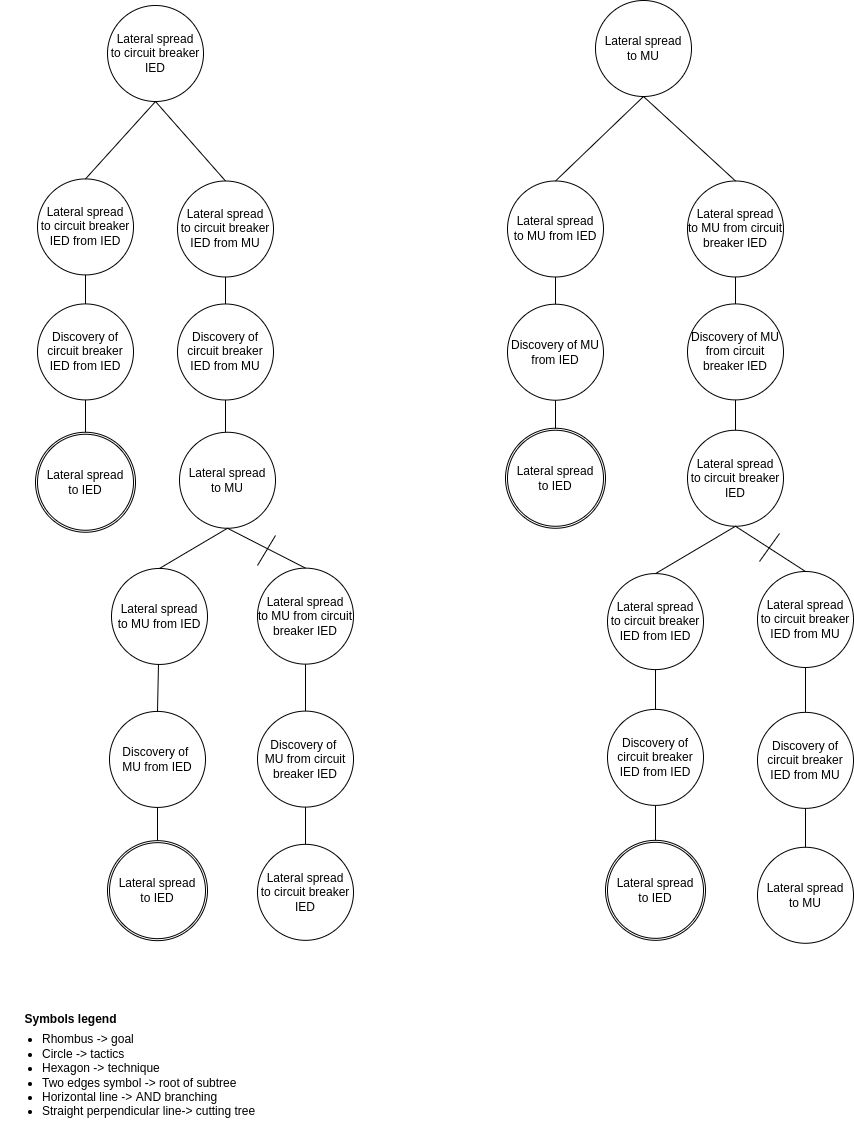
Before: drawIO_trees/solution_5_helper_trees_faulty_2.drawio.png, a diagram exported from draw.io (mihaelM/Attack_trees). Source tidied: cells renumbered, new cells last; positions are measured from the earlier drawing's top-left corner, leaving out a move shared by most shapes.
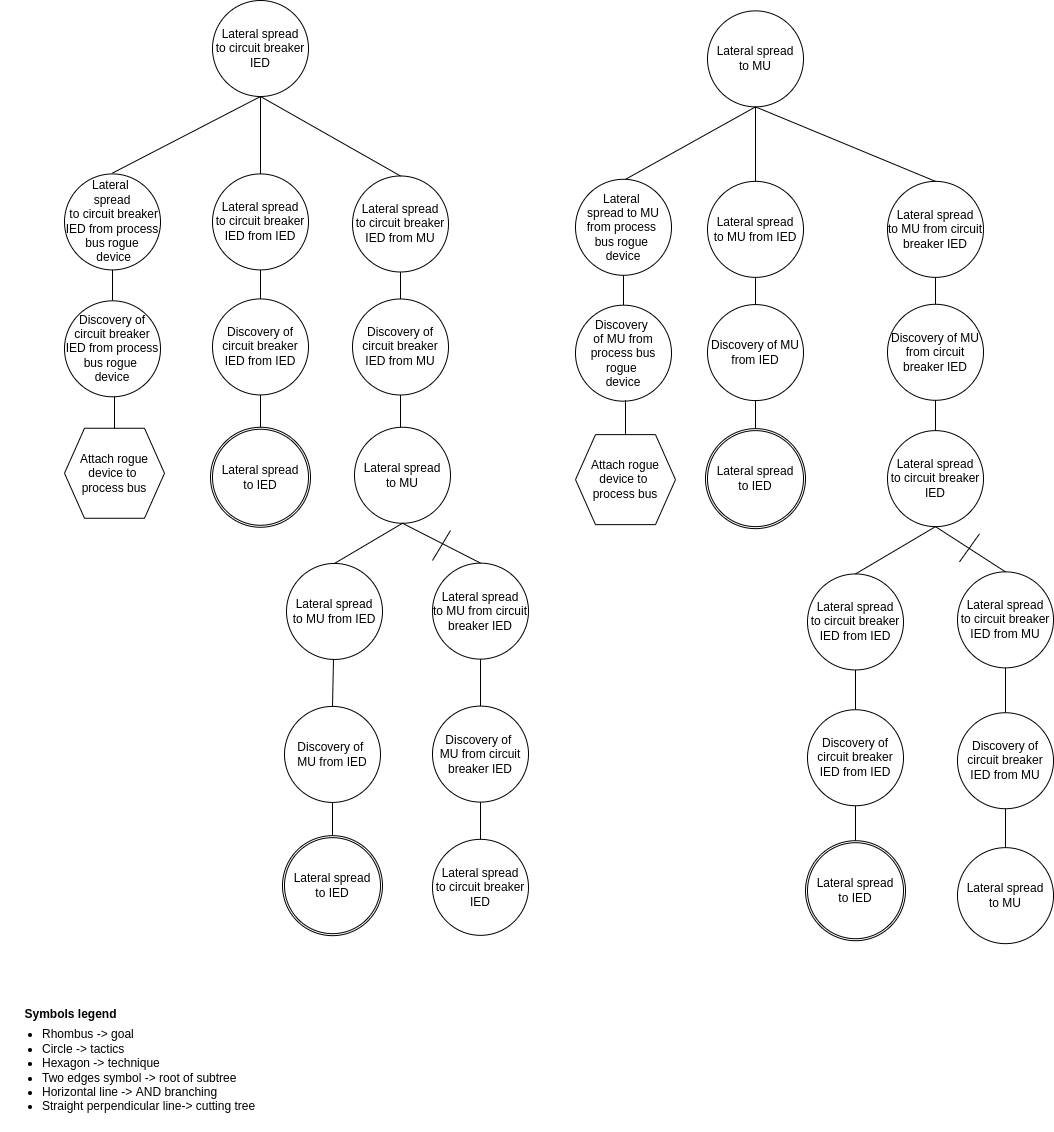
After the change.

Diff of the diagram source:
```diff
@@ -3,10 +3,10 @@
     <mxCell id="0" />
     <mxCell id="1" parent="0" />
     <mxCell id="2" value="&lt;font style=&quot;font-size: 12px&quot;&gt;Symbols legend&lt;/font&gt;" style="text;strokeColor=none;fillColor=none;html=1;fontSize=24;fontStyle=1;verticalAlign=middle;align=center;" parent="1" vertex="1">
-      <mxGeometry x="20" y="995" width="100" height="40" as="geometry" />
+      <mxGeometry x="-155" y="995" width="100" height="40" as="geometry" />
     </mxCell>
     <mxCell id="3" value="&lt;ul&gt;&lt;li&gt;&lt;span&gt;Rhombus -&amp;gt; goal&lt;/span&gt;&lt;/li&gt;&lt;li&gt;&lt;span&gt;Circle -&amp;gt; tactics&lt;/span&gt;&lt;br&gt;&lt;/li&gt;&lt;li&gt;Hexagon -&amp;gt; technique&lt;/li&gt;&lt;li&gt;Two edges symbol -&amp;gt; root of subtree&lt;/li&gt;&lt;li&gt;&lt;span&gt;Horizontal line -&amp;gt; AND branching&lt;/span&gt;&lt;br&gt;&lt;/li&gt;&lt;li&gt;Straight perpendicular line-&amp;gt; cutting tree&lt;/li&gt;&lt;/ul&gt;" style="text;strokeColor=none;fillColor=none;html=1;whiteSpace=wrap;verticalAlign=middle;overflow=hidden;fontSize=12;" parent="1" vertex="1">
-      <mxGeometry y="1015" width="260" height="120" as="geometry" />
+      <mxGeometry x="-175" y="1015" width="260" height="120" as="geometry" />
     </mxCell>
     <mxCell id="4" value="Lateral spread&lt;br&gt;to circuit breaker IED from IED" style="ellipse;whiteSpace=wrap;html=1;" parent="1" vertex="1">
       <mxGeometry x="37" y="178.4" width="96" height="96" as="geometry" />
@@ -23,7 +23,7 @@
       <mxGeometry relative="1" as="geometry" />
     </mxCell>
     <mxCell id="8" value="Lateral spread&lt;br&gt;to circuit breaker IED" style="ellipse;whiteSpace=wrap;html=1;" parent="1" vertex="1">
-      <mxGeometry x="107" y="5" width="96" height="96" as="geometry" />
+      <mxGeometry x="37" y="5" width="96" height="96" as="geometry" />
     </mxCell>
     <mxCell id="9" style="endArrow=none;html=1;rounded=0;exitX=0.5;exitY=1;exitDx=0;exitDy=0;entryX=0.5;entryY=0;entryDx=0;entryDy=0;" parent="1" edge="1" source="8" target="4">
       <mxGeometry relative="1" as="geometry" />
@@ -60,33 +60,33 @@
       </mxGeometry>
     </mxCell>
     <mxCell id="19" value="Lateral spread&lt;br&gt;to MU from IED" style="ellipse;whiteSpace=wrap;html=1;" parent="1" vertex="1">
-      <mxGeometry x="507" y="180.5" width="96" height="96" as="geometry" />
+      <mxGeometry x="532" y="185.9" width="96" height="96" as="geometry" />
     </mxCell>
     <mxCell id="20" style="endArrow=none;html=1;rounded=0;exitX=0.5;exitY=1;exitDx=0;exitDy=0;entryX=0.5;entryY=0;entryDx=0;entryDy=0;" parent="1" edge="1" target="54">
       <mxGeometry relative="1" as="geometry">
-        <mxPoint x="555" y="397.4" as="sourcePoint" />
+        <mxPoint x="580" y="402.7" as="sourcePoint" />
       </mxGeometry>
     </mxCell>
     <mxCell id="21" value="Discovery of MU from IED" style="ellipse;whiteSpace=wrap;html=1;" parent="1" vertex="1">
-      <mxGeometry x="507" y="303.7" width="96" height="96" as="geometry" />
+      <mxGeometry x="532" y="309.1" width="96" height="96" as="geometry" />
     </mxCell>
     <mxCell id="22" style="endArrow=none;html=1;rounded=0;exitX=0.5;exitY=1;exitDx=0;exitDy=0;entryX=0.5;entryY=0;entryDx=0;entryDy=0;" parent="1" edge="1" source="19" target="21">
       <mxGeometry relative="1" as="geometry" />
     </mxCell>
     <mxCell id="23" value="Lateral spread&lt;br&gt;to MU" style="ellipse;whiteSpace=wrap;html=1;" parent="1" vertex="1">
-      <mxGeometry x="595" width="96" height="96" as="geometry" />
+      <mxGeometry x="532" y="15.4" width="96" height="96" as="geometry" />
     </mxCell>
     <mxCell id="24" style="endArrow=none;html=1;rounded=0;exitX=0.5;exitY=0;exitDx=0;exitDy=0;entryX=0.5;entryY=1;entryDx=0;entryDy=0;" parent="1" edge="1" source="19" target="23">
       <mxGeometry relative="1" as="geometry" />
     </mxCell>
     <mxCell id="25" value="Lateral spread&lt;br&gt;to MU from circuit breaker IED" style="ellipse;whiteSpace=wrap;html=1;" parent="1" vertex="1">
-      <mxGeometry x="687" y="180.5" width="96" height="96" as="geometry" />
+      <mxGeometry x="712" y="185.9" width="96" height="96" as="geometry" />
     </mxCell>
     <mxCell id="26" style="endArrow=none;html=1;rounded=0;exitX=0.5;exitY=1;exitDx=0;exitDy=0;entryX=0.5;entryY=0;entryDx=0;entryDy=0;" parent="1" edge="1" source="31" target="52">
       <mxGeometry relative="1" as="geometry" />
     </mxCell>
     <mxCell id="27" value="Discovery of MU from circuit breaker IED" style="ellipse;whiteSpace=wrap;html=1;" parent="1" vertex="1">
-      <mxGeometry x="687" y="303.4" width="96" height="96" as="geometry" />
+      <mxGeometry x="712" y="308.8" width="96" height="96" as="geometry" />
     </mxCell>
     <mxCell id="28" style="endArrow=none;html=1;rounded=0;exitX=0.5;exitY=1;exitDx=0;exitDy=0;entryX=0.5;entryY=0;entryDx=0;entryDy=0;" parent="1" edge="1" source="25" target="27">
       <mxGeometry relative="1" as="geometry" />
@@ -95,14 +95,14 @@
       <mxGeometry relative="1" as="geometry" />
     </mxCell>
     <mxCell id="30" value="Lateral spread&lt;br&gt;to circuit breaker IED from IED" style="ellipse;whiteSpace=wrap;html=1;" parent="1" vertex="1">
-      <mxGeometry x="607" y="573.1" width="96" height="96" as="geometry" />
+      <mxGeometry x="632" y="578.5" width="96" height="96" as="geometry" />
     </mxCell>
     <mxCell id="31" value="Discovery of circuit breaker IED&amp;nbsp;from IED" style="ellipse;whiteSpace=wrap;html=1;" parent="1" vertex="1">
-      <mxGeometry x="607" y="708.9" width="96" height="96" as="geometry" />
+      <mxGeometry x="632" y="714.3" width="96" height="96" as="geometry" />
     </mxCell>
     <mxCell id="32" style="endArrow=none;html=1;rounded=0;exitX=0.5;exitY=1;exitDx=0;exitDy=0;" parent="1" edge="1" source="27">
       <mxGeometry relative="1" as="geometry">
-        <mxPoint x="735" y="435" as="targetPoint" />
+        <mxPoint x="760" y="440.4" as="targetPoint" />
       </mxGeometry>
     </mxCell>
     <mxCell id="33" style="endArrow=none;html=1;rounded=0;exitX=0.5;exitY=1;exitDx=0;exitDy=0;entryX=0.5;entryY=0;entryDx=0;entryDy=0;" parent="1" edge="1" source="23" target="25">
@@ -141,42 +141,42 @@
       </mxGeometry>
     </mxCell>
     <mxCell id="43" value="Lateral spread&lt;br&gt;to circuit breaker IED" style="ellipse;whiteSpace=wrap;html=1;" parent="1" vertex="1">
-      <mxGeometry x="687" y="429.8" width="96" height="96" as="geometry" />
+      <mxGeometry x="712" y="435.1" width="96" height="96" as="geometry" />
     </mxCell>
     <mxCell id="44" style="endArrow=none;html=1;rounded=0;exitX=0.5;exitY=1;exitDx=0;exitDy=0;entryX=0.5;entryY=0;entryDx=0;entryDy=0;" parent="1" edge="1" source="43" target="30">
       <mxGeometry relative="1" as="geometry" />
     </mxCell>
     <mxCell id="45" value="Lateral spread&lt;br&gt;to MU" style="ellipse;whiteSpace=wrap;html=1;" parent="1" vertex="1">
-      <mxGeometry x="757" y="846.8" width="96" height="96" as="geometry" />
+      <mxGeometry x="782" y="852.2" width="96" height="96" as="geometry" />
     </mxCell>
     <mxCell id="46" style="endArrow=none;html=1;rounded=0;exitX=0.5;exitY=1;exitDx=0;exitDy=0;" parent="1" edge="1" target="45">
       <mxGeometry relative="1" as="geometry">
-        <mxPoint x="805" y="797.8" as="sourcePoint" />
+        <mxPoint x="830" y="803.2" as="sourcePoint" />
       </mxGeometry>
     </mxCell>
     <mxCell id="47" style="endArrow=none;html=1;rounded=0;exitX=0.5;exitY=0;exitDx=0;exitDy=0;" parent="1" edge="1" source="49" target="48">
       <mxGeometry relative="1" as="geometry" />
     </mxCell>
     <mxCell id="48" value="Lateral spread&lt;br&gt;to circuit breaker IED from MU" style="ellipse;whiteSpace=wrap;html=1;" parent="1" vertex="1">
-      <mxGeometry x="757" y="571" width="96" height="96" as="geometry" />
+      <mxGeometry x="782" y="576.4" width="96" height="96" as="geometry" />
     </mxCell>
     <mxCell id="49" value="Discovery of circuit breaker IED&amp;nbsp;from MU" style="ellipse;whiteSpace=wrap;html=1;" parent="1" vertex="1">
-      <mxGeometry x="757" y="711.9" width="96" height="96" as="geometry" />
+      <mxGeometry x="782" y="717.2" width="96" height="96" as="geometry" />
     </mxCell>
     <mxCell id="50" style="endArrow=none;html=1;rounded=0;exitX=0.5;exitY=1;exitDx=0;exitDy=0;entryX=0.5;entryY=0;entryDx=0;entryDy=0;" parent="1" edge="1" source="43" target="48">
       <mxGeometry relative="1" as="geometry" />
     </mxCell>
     <mxCell id="51" style="ellipse;whiteSpace=wrap;html=1;" parent="1" vertex="1">
-      <mxGeometry x="605" y="839.8" width="100" height="100" as="geometry" />
+      <mxGeometry x="630" y="845.2" width="100" height="100" as="geometry" />
     </mxCell>
     <mxCell id="52" value="Lateral spread&lt;br&gt;to IED" style="ellipse;whiteSpace=wrap;html=1;" parent="1" vertex="1">
-      <mxGeometry x="607" y="841.8" width="96" height="96" as="geometry" />
+      <mxGeometry x="632" y="847.2" width="96" height="96" as="geometry" />
     </mxCell>
     <mxCell id="53" style="ellipse;whiteSpace=wrap;html=1;" parent="1" vertex="1">
-      <mxGeometry x="505" y="427.8" width="100" height="100" as="geometry" />
+      <mxGeometry x="530" y="433.1" width="100" height="100" as="geometry" />
     </mxCell>
     <mxCell id="54" value="Lateral spread&lt;br&gt;to IED" style="ellipse;whiteSpace=wrap;html=1;" parent="1" vertex="1">
-      <mxGeometry x="507" y="429.8" width="96" height="96" as="geometry" />
+      <mxGeometry x="532" y="435.1" width="96" height="96" as="geometry" />
     </mxCell>
     <mxCell id="55" style="ellipse;whiteSpace=wrap;html=1;" parent="1" vertex="1">
       <mxGeometry x="107" y="840.2" width="100" height="100" as="geometry" />
@@ -192,9 +192,54 @@
     </mxCell>
     <mxCell id="59" style="endArrow=none;html=1;rounded=0;" parent="1" edge="1">
       <mxGeometry relative="1" as="geometry">
-        <mxPoint x="759" y="561" as="sourcePoint" />
-        <mxPoint x="779" y="533" as="targetPoint" />
+        <mxPoint x="784" y="566.4" as="sourcePoint" />
+        <mxPoint x="804" y="538.4" as="targetPoint" />
       </mxGeometry>
     </mxCell>
+    <mxCell id="60" style="endArrow=none;html=1;rounded=0;entryX=0.5;entryY=0;entryDx=0;entryDy=0;" parent="1" edge="1">
+      <mxGeometry relative="1" as="geometry">
+        <mxPoint x="85" y="101" as="sourcePoint" />
+        <mxPoint x="-63" y="177.6" as="targetPoint" />
+      </mxGeometry>
+    </mxCell>
+    <mxCell id="61" value="Lateral &lt;br&gt;spread&lt;br&gt;&amp;nbsp;to circuit breaker IED from process bus rogue&lt;br&gt;&amp;nbsp;device" style="ellipse;whiteSpace=wrap;html=1;" parent="1" vertex="1">
+      <mxGeometry x="-111" y="178.4" width="96" height="96" as="geometry" />
+    </mxCell>
+    <mxCell id="62" style="endArrow=none;html=1;rounded=0;entryX=0.5;entryY=1;entryDx=0;entryDy=0;" parent="1" edge="1" source="63" target="61">
+      <mxGeometry relative="1" as="geometry" />
+    </mxCell>
+    <mxCell id="63" value="Discovery of circuit breaker IED from process bus rogue &lt;br&gt;device" style="ellipse;whiteSpace=wrap;html=1;" parent="1" vertex="1">
+      <mxGeometry x="-111" y="305.3" width="96" height="96" as="geometry" />
+    </mxCell>
+    <mxCell id="64" value="Attach rogue device to &lt;br&gt;process bus" style="shape=hexagon;perimeter=hexagonPerimeter2;whiteSpace=wrap;html=1;fixedSize=1;" parent="1" vertex="1">
+      <mxGeometry x="-111" y="432.8" width="100" height="90" as="geometry" />
+    </mxCell>
+    <mxCell id="65" style="endArrow=none;html=1;rounded=0;" parent="1" edge="1" source="64">
+      <mxGeometry relative="1" as="geometry">
+        <mxPoint x="-61" y="401.1" as="targetPoint" />
+      </mxGeometry>
+    </mxCell>
+    <mxCell id="66" style="endArrow=none;html=1;rounded=0;exitX=0.5;exitY=1;exitDx=0;exitDy=0;entryX=0.5;entryY=0;entryDx=0;entryDy=0;" parent="1" edge="1" source="23">
+      <mxGeometry relative="1" as="geometry">
+        <mxPoint x="448" y="184.9" as="targetPoint" />
+      </mxGeometry>
+    </mxCell>
+    <mxCell id="67" value="Lateral &lt;br&gt;spread to MU from process &lt;br&gt;bus rogue&amp;nbsp;&lt;br&gt;device" style="ellipse;whiteSpace=wrap;html=1;" parent="1" vertex="1">
+      <mxGeometry x="400" y="183.8" width="96" height="96" as="geometry" />
+    </mxCell>
+    <mxCell id="68" style="endArrow=none;html=1;rounded=0;entryX=0.5;entryY=1;entryDx=0;entryDy=0;" parent="1" edge="1" source="69" target="67">
+      <mxGeometry relative="1" as="geometry" />
+    </mxCell>
+    <mxCell id="69" value="Discovery &lt;br&gt;of MU from process bus rogue &lt;br&gt;device" style="ellipse;whiteSpace=wrap;html=1;" parent="1" vertex="1">
+      <mxGeometry x="400" y="309.7" width="96" height="96" as="geometry" />
+    </mxCell>
+    <mxCell id="70" value="Attach rogue device to &lt;br&gt;process bus" style="shape=hexagon;perimeter=hexagonPerimeter2;whiteSpace=wrap;html=1;fixedSize=1;" parent="1" vertex="1">
+      <mxGeometry x="400" y="439.1" width="100" height="90" as="geometry" />
+    </mxCell>
+    <mxCell id="71" style="endArrow=none;html=1;rounded=0;" parent="1" edge="1" source="70">
+      <mxGeometry relative="1" as="geometry">
+        <mxPoint x="450" y="404.5" as="targetPoint" />
+      </mxGeometry>
+    </mxCell>
   </root>
 </mxGraphModel>
```
